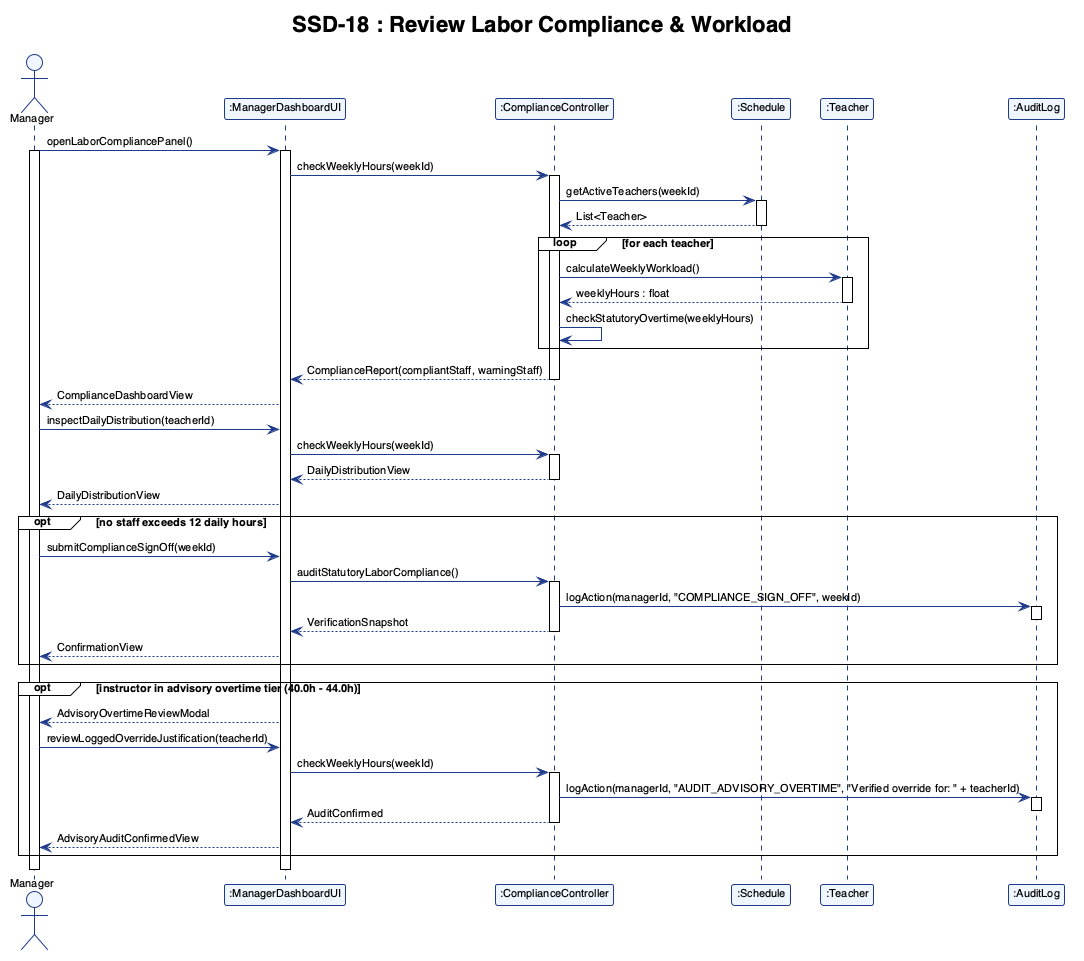
The PlantUML diagram report/assets/ssd_17.png in adoreblvnk/2001temp, before a commit.
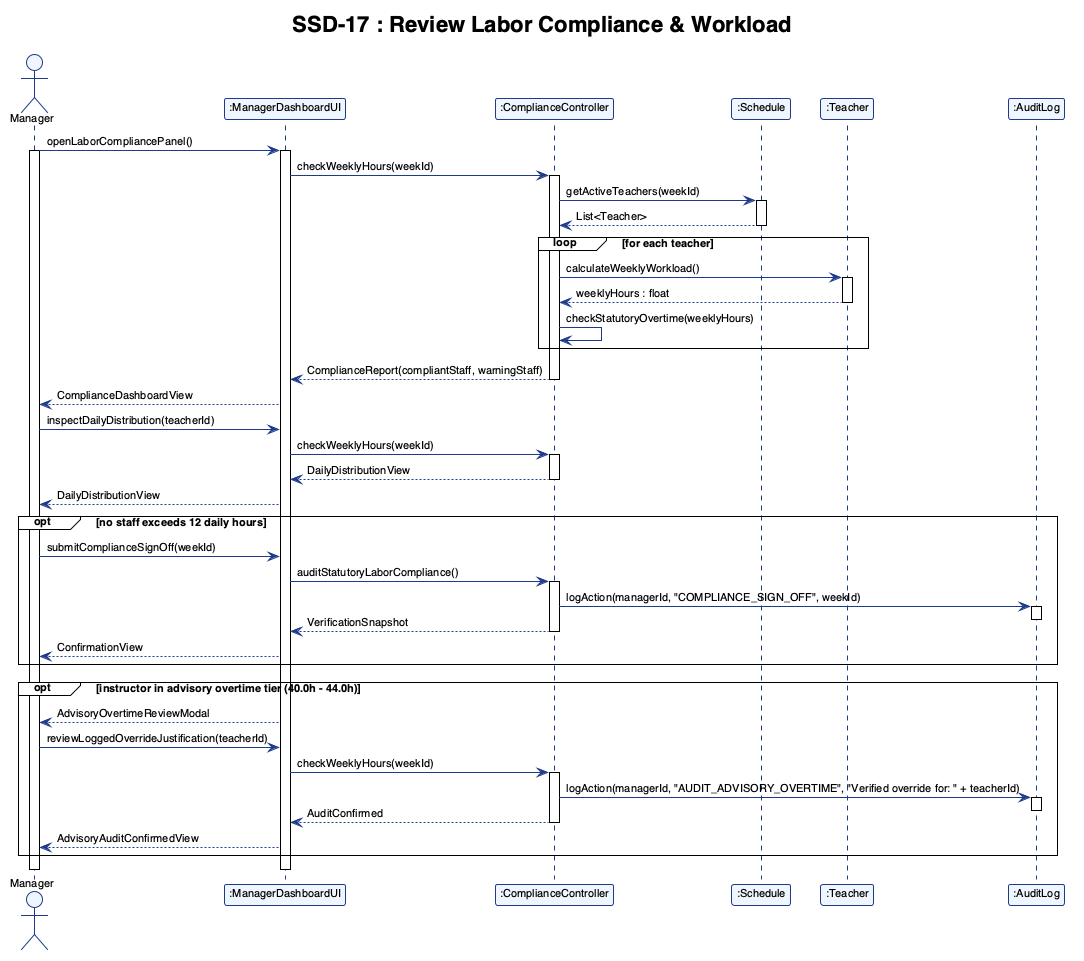
Later version of the same file.

The edit, as a diff of the source:
```diff
@@ -1,4 +1,4 @@
-@startuml ssd_18
+@startuml ssd_17
 !theme plain
 skinparam shadowing false
 skinparam defaultFontName "Helvetica", "Arial", sans-serif
@@ -13,7 +13,7 @@
     ActorBackgroundColor #EFF6FF
 }
 
-title SSD-18 : Review Labor Compliance & Workload
+title SSD-17 : Review Labor Compliance & Workload
 
 actor "Manager" as Manager
 participant ":ManagerDashboardUI" as UI
```
